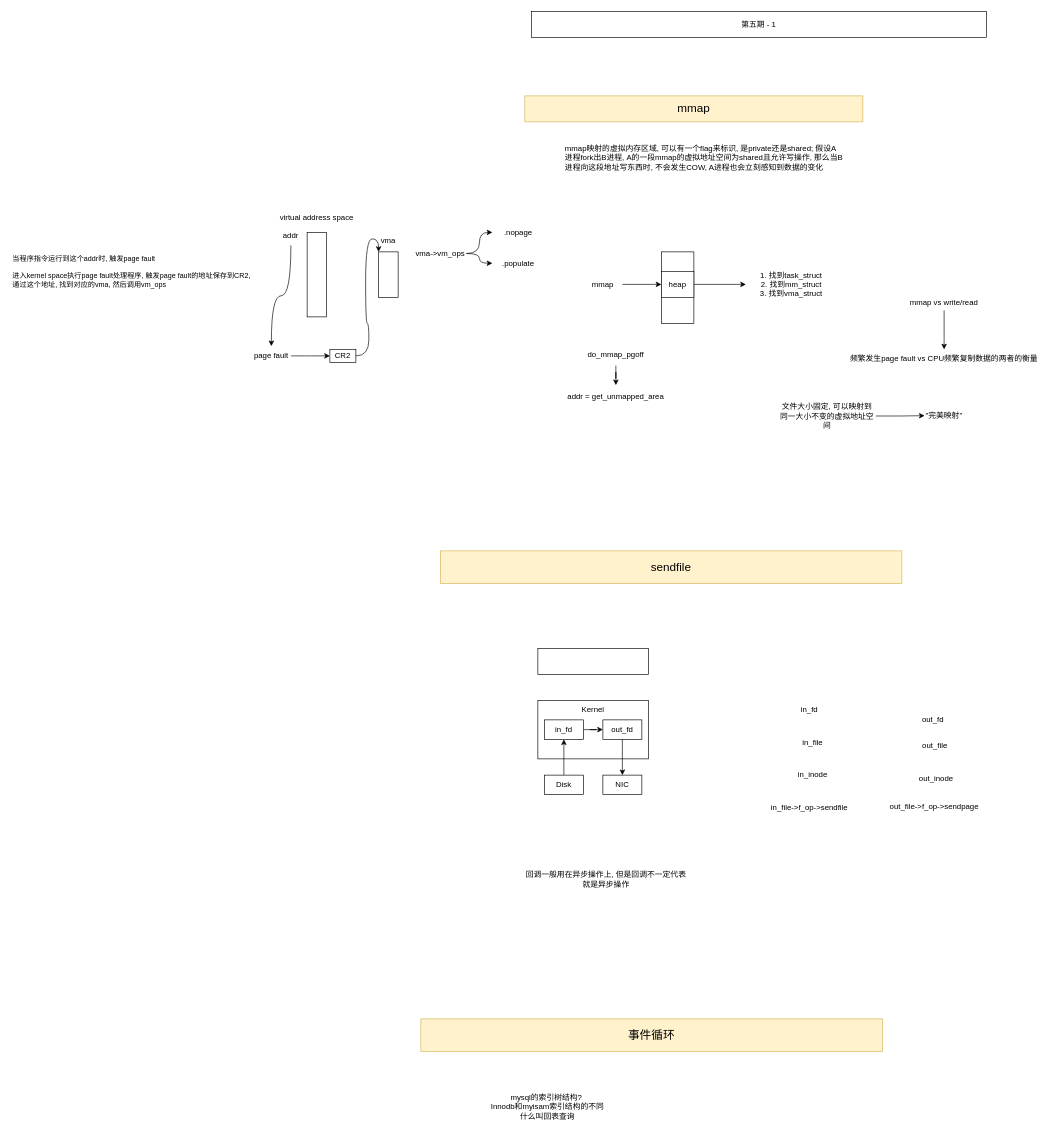
The draw.io diagram IO-2.drawio in haoboliu66/Diagram, before the edit. Source tidied: cells renumbered, new cells numbered last; positions are measured from the earlier drawing's top-left corner, leaving out a move shared by most shapes. Both pictures are drawn from the tidied source at 65%, with x=0, y=0 at pixel (11, 11).
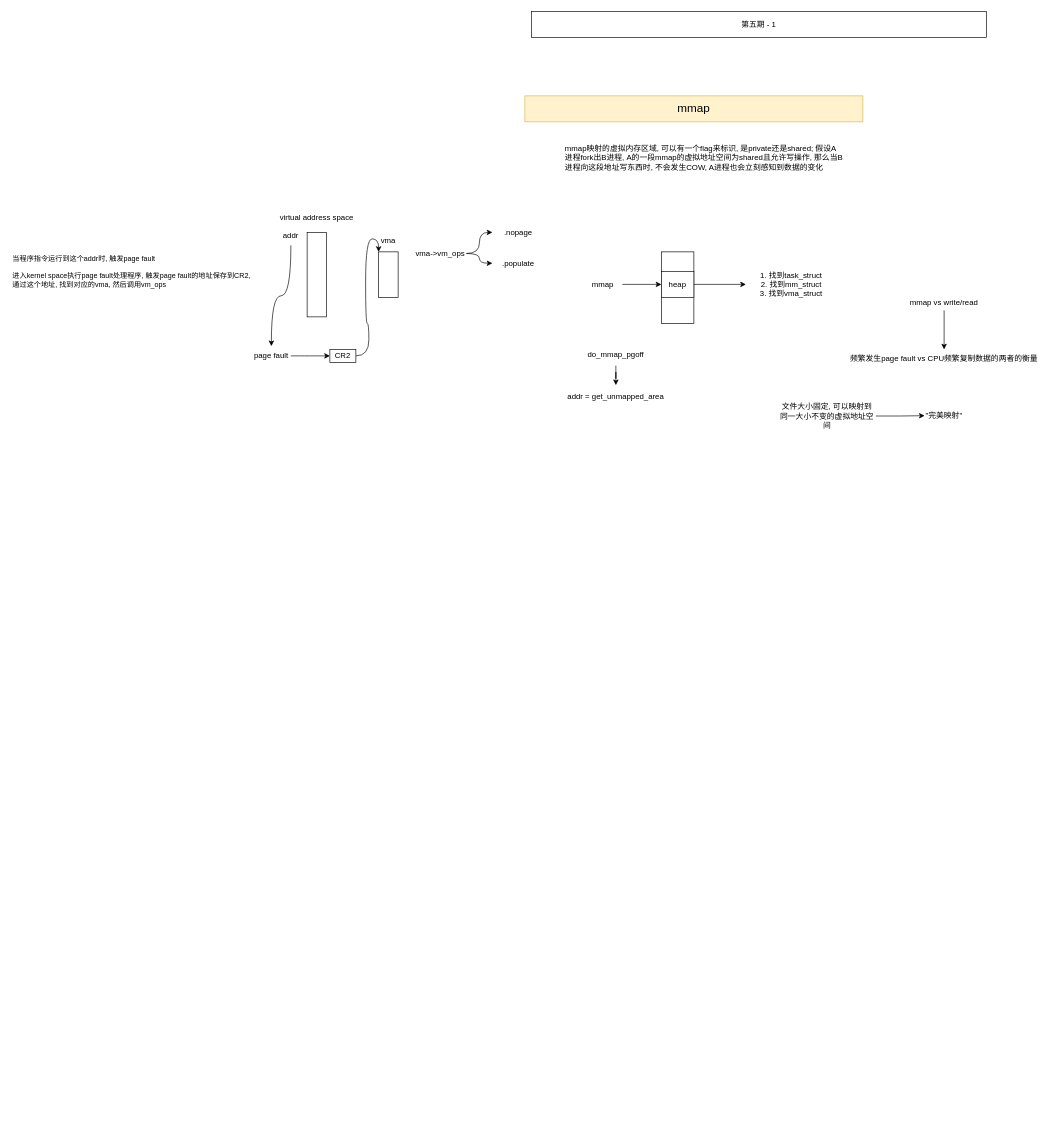
The same diagram, later.

Change to the diagram source:
```diff
@@
-    <mxCell id="19" value="sendfile" style="text;html=1;strokeColor=#d6b656;fillColor=#fff2cc;align=center;verticalAlign=middle;whiteSpace=wrap;rounded=0;fontSize=18;" parent="1" vertex="1">
-      <mxGeometry x="660" y="830" width="710" height="50" as="geometry" />
-    </mxCell>
@@
-    <mxCell id="21" style="rounded=0;whiteSpace=wrap;html=1;" parent="1" vertex="1">
-      <mxGeometry x="810" y="980" width="170" height="40" as="geometry" />
-    </mxCell>
-    <mxCell id="22" value="Kernel" style="rounded=0;whiteSpace=wrap;html=1;verticalAlign=top;" parent="1" vertex="1">
-      <mxGeometry x="810" y="1060" width="170" height="90" as="geometry" />
-    </mxCell>
-    <mxCell id="23" value="in_fd" style="text;html=1;strokeColor=none;fillColor=none;align=center;verticalAlign=middle;whiteSpace=wrap;rounded=0;" parent="1" vertex="1">
-      <mxGeometry x="1198" y="1060" width="60" height="30" as="geometry" />
-    </mxCell>
-    <mxCell id="24" value="out_fd" style="text;html=1;strokeColor=none;fillColor=none;align=center;verticalAlign=middle;whiteSpace=wrap;rounded=0;" parent="1" vertex="1">
-      <mxGeometry x="1387.5" y="1075" width="60" height="30" as="geometry" />
-    </mxCell>
-    <mxCell id="25" value="in_file" style="text;html=1;strokeColor=none;fillColor=none;align=center;verticalAlign=middle;whiteSpace=wrap;rounded=0;" parent="1" vertex="1">
-      <mxGeometry x="1203" y="1110" width="60" height="30" as="geometry" />
-    </mxCell>
-    <mxCell id="26" value="out_file" style="text;html=1;strokeColor=none;fillColor=none;align=center;verticalAlign=middle;whiteSpace=wrap;rounded=0;" parent="1" vertex="1">
-      <mxGeometry x="1390.5" y="1115" width="60" height="30" as="geometry" />
-    </mxCell>
-    <mxCell id="27" value="in_inode" style="text;html=1;strokeColor=none;fillColor=none;align=center;verticalAlign=middle;whiteSpace=wrap;rounded=0;" parent="1" vertex="1">
-      <mxGeometry x="1203" y="1160" width="60" height="30" as="geometry" />
-    </mxCell>
-    <mxCell id="28" value="out_inode" style="text;html=1;strokeColor=none;fillColor=none;align=center;verticalAlign=middle;whiteSpace=wrap;rounded=0;" parent="1" vertex="1">
-      <mxGeometry x="1392.5" y="1165" width="60" height="30" as="geometry" />
-    </mxCell>
-    <mxCell id="29" value="in_file-&amp;gt;f_op-&amp;gt;sendfile" style="text;html=1;strokeColor=none;fillColor=none;align=center;verticalAlign=middle;whiteSpace=wrap;rounded=0;" parent="1" vertex="1">
-      <mxGeometry x="1158" y="1205" width="140" height="40" as="geometry" />
-    </mxCell>
-    <mxCell id="30" value="out_file-&amp;gt;f_op-&amp;gt;sendpage" style="text;html=1;strokeColor=none;fillColor=none;align=center;verticalAlign=middle;whiteSpace=wrap;rounded=0;" parent="1" vertex="1">
-      <mxGeometry x="1330" y="1205" width="180" height="35" as="geometry" />
-    </mxCell>
-    <mxCell id="31" value="回调一般用在异步操作上, 但是回调不一定代表就是异步操作" style="text;html=1;strokeColor=none;fillColor=none;align=center;verticalAlign=middle;whiteSpace=wrap;rounded=0;" parent="1" vertex="1">
-      <mxGeometry x="790" y="1310" width="250" height="50" as="geometry" />
-    </mxCell>
-    <mxCell id="32" style="edgeStyle=orthogonalEdgeStyle;rounded=0;jettySize=auto;html=1;" parent="1" edge="1" source="33" target="35">
-      <mxGeometry relative="1" as="geometry" />
-    </mxCell>
-    <mxCell id="33" value="in_fd" style="rounded=0;whiteSpace=wrap;html=1;" parent="1" vertex="1">
-      <mxGeometry x="820" y="1090" width="60" height="30" as="geometry" />
-    </mxCell>
-    <mxCell id="34" style="edgeStyle=orthogonalEdgeStyle;rounded=0;jettySize=auto;html=1;" parent="1" edge="1" source="35" target="38">
-      <mxGeometry relative="1" as="geometry" />
-    </mxCell>
-    <mxCell id="35" value="out_fd" style="rounded=0;whiteSpace=wrap;html=1;" parent="1" vertex="1">
-      <mxGeometry x="910" y="1090" width="60" height="30" as="geometry" />
-    </mxCell>
-    <mxCell id="36" style="edgeStyle=orthogonalEdgeStyle;rounded=0;jettySize=auto;html=1;entryX=0.5;entryY=1;entryDx=0;entryDy=0;" parent="1" edge="1" source="37" target="33">
-      <mxGeometry relative="1" as="geometry" />
-    </mxCell>
-    <mxCell id="37" value="Disk" style="rounded=0;whiteSpace=wrap;html=1;" parent="1" vertex="1">
-      <mxGeometry x="820" y="1175" width="60" height="30" as="geometry" />
-    </mxCell>
-    <mxCell id="38" value="NIC" style="rounded=0;whiteSpace=wrap;html=1;" parent="1" vertex="1">
-      <mxGeometry x="910" y="1175" width="60" height="30" as="geometry" />
-    </mxCell>
-    <mxCell id="39" value="事件循环" style="text;html=1;strokeColor=#d6b656;fillColor=#fff2cc;align=center;verticalAlign=middle;whiteSpace=wrap;rounded=0;fontSize=18;" parent="1" vertex="1">
-      <mxGeometry x="630" y="1550" width="710" height="50" as="geometry" />
-    </mxCell>
-    <mxCell id="40" value="mysql的索引树结构?&amp;nbsp;&lt;br&gt;Innodb和myisam索引结构的不同&lt;br&gt;什么叫回表查询" style="text;html=1;strokeColor=none;fillColor=none;align=center;verticalAlign=middle;whiteSpace=wrap;rounded=0;" parent="1" vertex="1">
-      <mxGeometry x="720" y="1660" width="210" height="50" as="geometry" />
-    </mxCell>
```
